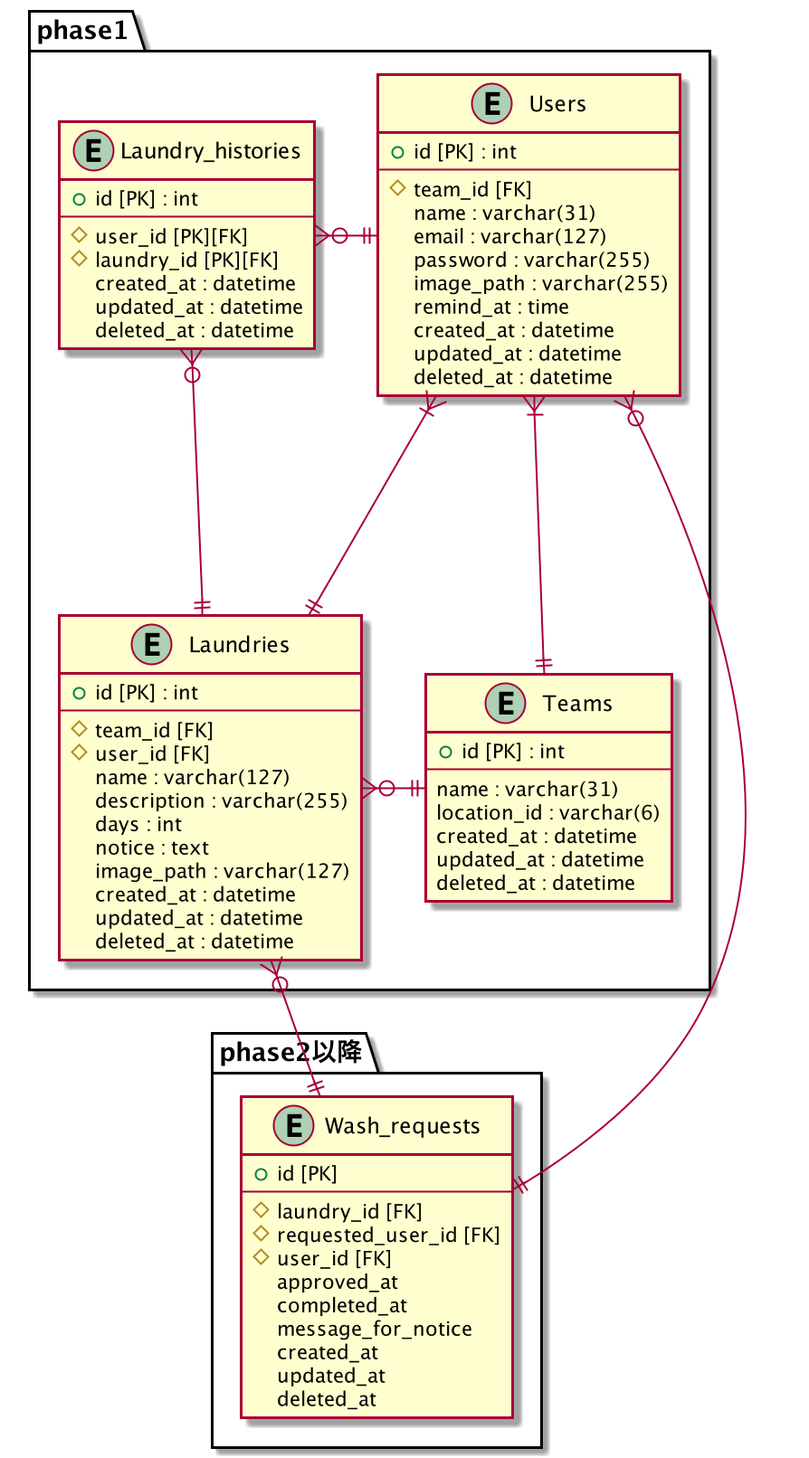
The PlantUML diagram docs/ER図.png in mixa393/mohumohu, before a commit.
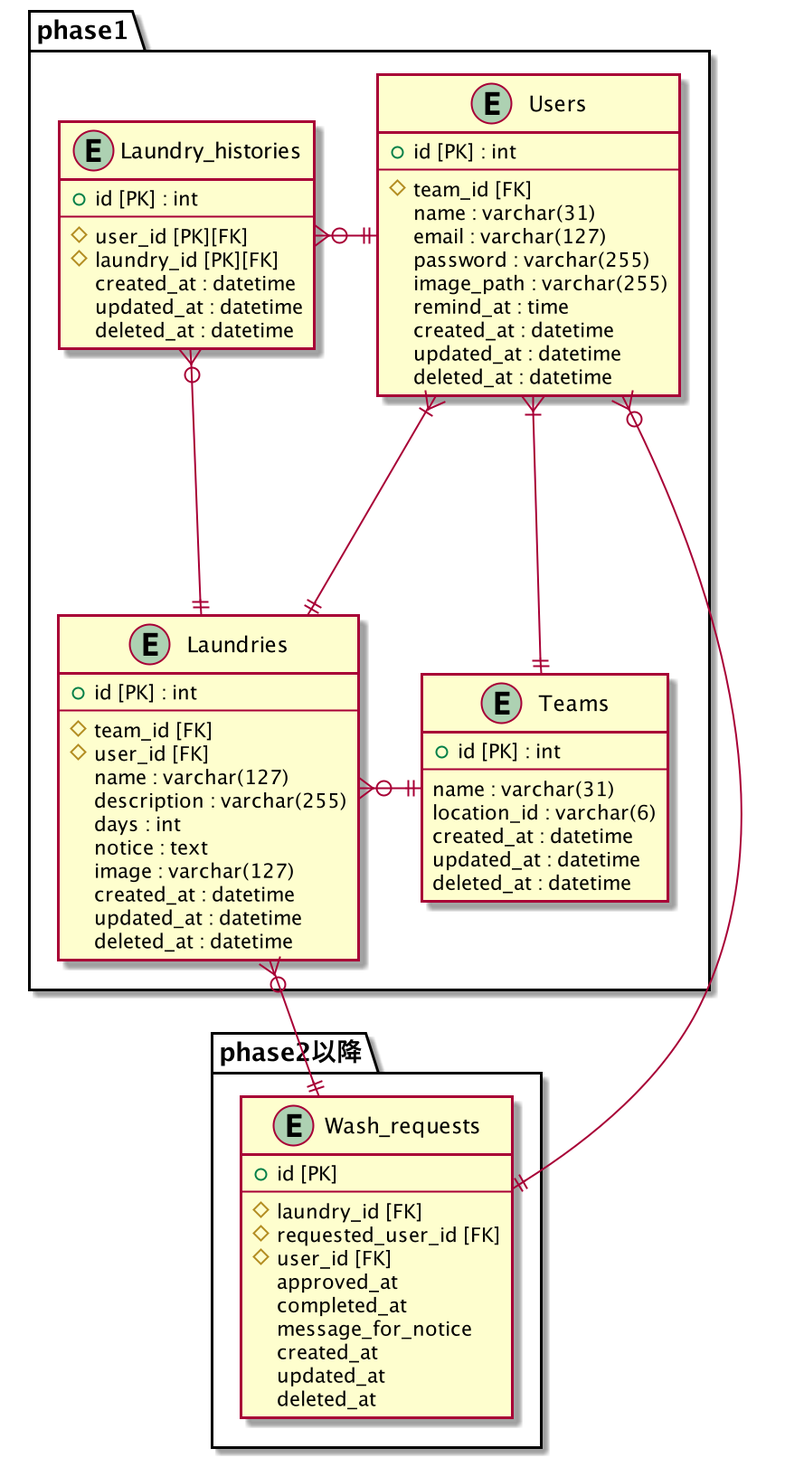
The same diagram one commit later.

Commit message:
Fix: UML図のカラム名を修正

The edit, as a diff of the source:
```diff
@@ -45,7 +45,7 @@
     description : varchar(255)
     days : int
     notice : text
-    image_path : varchar(127)
+    image : varchar(127)
     created_at : datetime
     updated_at : datetime
     deleted_at : datetime
```
